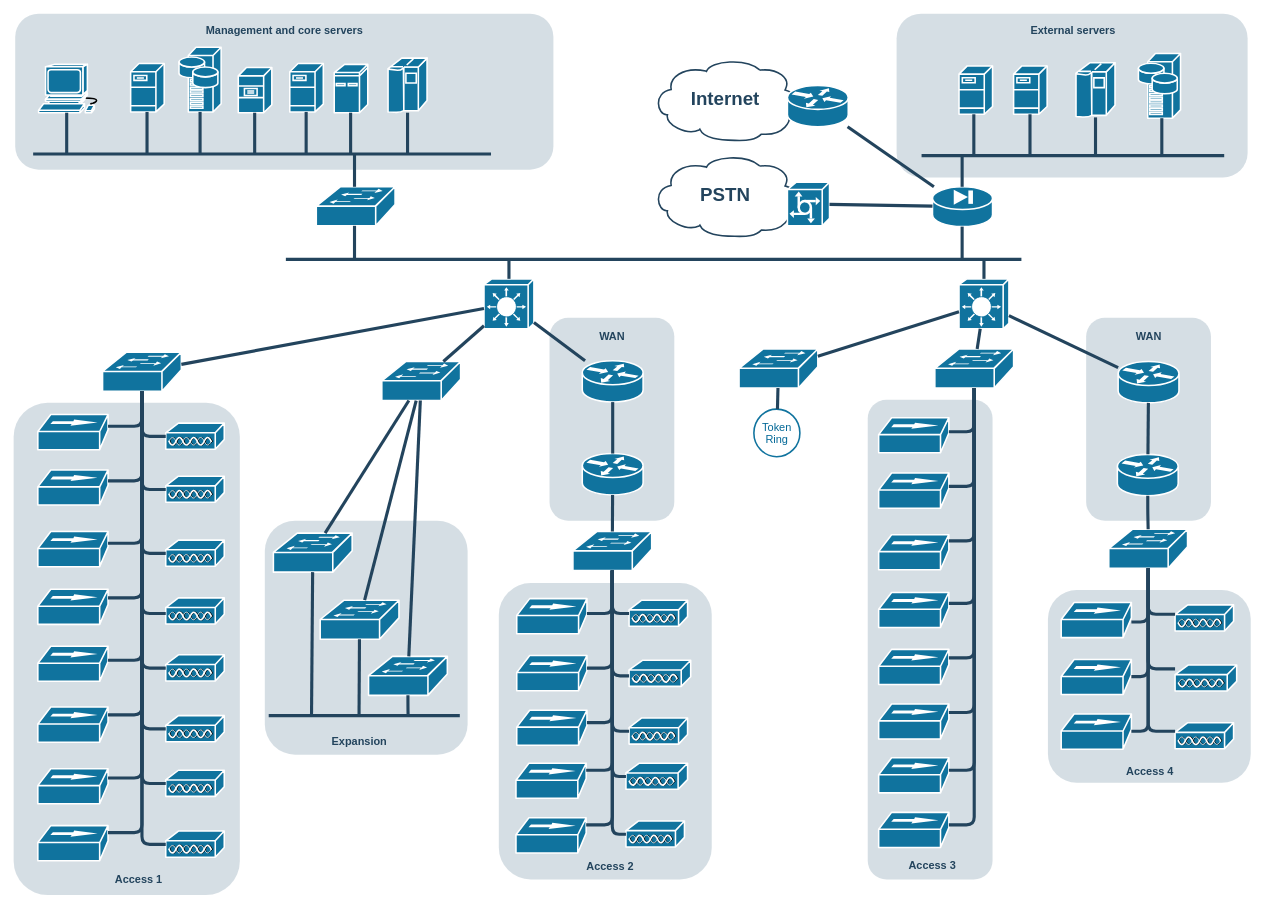
Above: 03-sysadmin-08-net/Untitled Diagram.drawio in devops-run/devops-netology (draw.io), before the change. Source tidied: cells renumbered, new cells numbered last; positions are measured from the earlier drawing's top-left corner, leaving out a move shared by most shapes. Both pictures are drawn from the tidied source at 78%, with x=0, y=0 at pixel (13, 13).
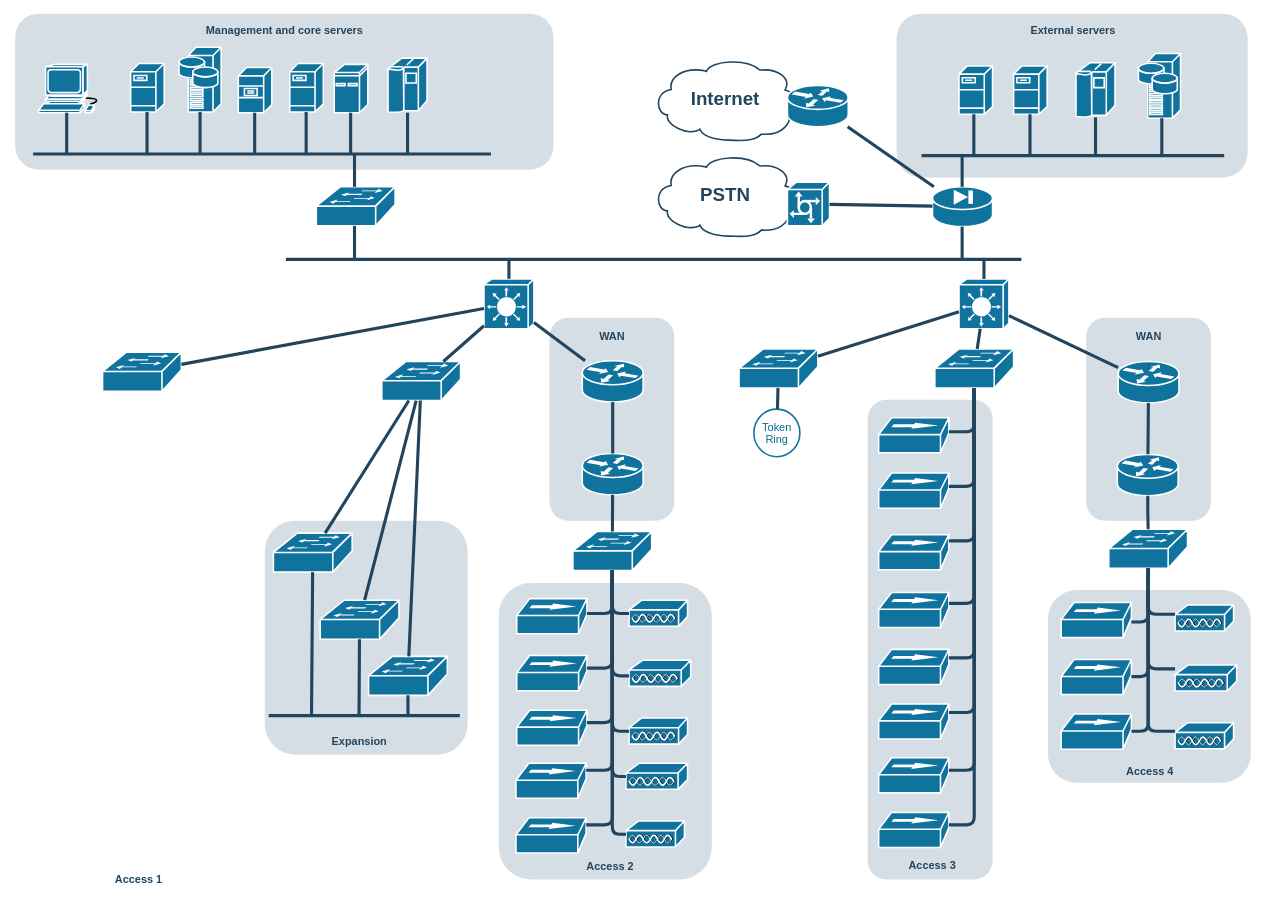
After the change.

Unchanged cells that the change refers to:
```xml
<mxCell id="30" style="shape=mxgraph.cisco.switches.workgroup_switch;html=1;dashed=0;fillColor=#10739E;strokeColor=#ffffff;strokeWidth=2;verticalLabelPosition=bottom;verticalAlign=top;fontFamily=Helvetica;fontSize=36;fontColor=#FFB366;" parent="1" vertex="1">
  <mxGeometry x="114" y="434" width="101" height="50" as="geometry" />
</mxCell>
```

What changed in the source:
```diff
@@
-    <mxCell id="9" style="rounded=1;whiteSpace=wrap;html=1;strokeColor=none;fillColor=#BAC8D3;fontSize=24;fontColor=#23445D;align=center;opacity=60;" parent="1" vertex="1">
-      <mxGeometry y="499" width="290" height="631" as="geometry" />
-    </mxCell>
@@
-    <mxCell id="36" style="shape=mxgraph.cisco.misc.access_point;html=1;dashed=0;fillColor=#10739E;strokeColor=#ffffff;strokeWidth=2;verticalLabelPosition=bottom;verticalAlign=top;fontFamily=Helvetica;fontSize=36;fontColor=#FFB366;" parent="1" vertex="1">
-      <mxGeometry x="195" y="525" width="75" height="34" as="geometry" />
-    </mxCell>
-    <mxCell id="37" style="shape=mxgraph.cisco.misc.access_point;html=1;dashed=0;fillColor=#10739E;strokeColor=#ffffff;strokeWidth=2;verticalLabelPosition=bottom;verticalAlign=top;fontFamily=Helvetica;fontSize=36;fontColor=#FFB366;" parent="1" vertex="1">
-      <mxGeometry x="195" y="593" width="75" height="34" as="geometry" />
-    </mxCell>
-    <mxCell id="38" style="shape=mxgraph.cisco.misc.access_point;html=1;dashed=0;fillColor=#10739E;strokeColor=#ffffff;strokeWidth=2;verticalLabelPosition=bottom;verticalAlign=top;fontFamily=Helvetica;fontSize=36;fontColor=#FFB366;" parent="1" vertex="1">
-      <mxGeometry x="195" y="822" width="75" height="34" as="geometry" />
-    </mxCell>
-    <mxCell id="39" style="shape=mxgraph.cisco.misc.access_point;html=1;dashed=0;fillColor=#10739E;strokeColor=#ffffff;strokeWidth=2;verticalLabelPosition=bottom;verticalAlign=top;fontFamily=Helvetica;fontSize=36;fontColor=#FFB366;" parent="1" vertex="1">
-      <mxGeometry x="195" y="675" width="75" height="34" as="geometry" />
-    </mxCell>
-    <mxCell id="40" style="shape=mxgraph.cisco.misc.access_point;html=1;dashed=0;fillColor=#10739E;strokeColor=#ffffff;strokeWidth=2;verticalLabelPosition=bottom;verticalAlign=top;fontFamily=Helvetica;fontSize=36;fontColor=#FFB366;" parent="1" vertex="1">
-      <mxGeometry x="195" y="900" width="75" height="34" as="geometry" />
-    </mxCell>
-    <mxCell id="41" style="shape=mxgraph.cisco.misc.access_point;html=1;dashed=0;fillColor=#10739E;strokeColor=#ffffff;strokeWidth=2;verticalLabelPosition=bottom;verticalAlign=top;fontFamily=Helvetica;fontSize=36;fontColor=#FFB366;" parent="1" vertex="1">
-      <mxGeometry x="195" y="749" width="75" height="34" as="geometry" />
-    </mxCell>
-    <mxCell id="42" style="shape=mxgraph.cisco.hubs_and_gateways.100baset_hub;html=1;dashed=0;fillColor=#10739E;strokeColor=#ffffff;strokeWidth=2;verticalLabelPosition=bottom;verticalAlign=top;fontFamily=Helvetica;fontSize=36;fontColor=#FFB366;" parent="1" vertex="1">
-      <mxGeometry x="31" y="514" width="90" height="45" as="geometry" />
-    </mxCell>
-    <mxCell id="43" style="shape=mxgraph.cisco.hubs_and_gateways.100baset_hub;html=1;dashed=0;fillColor=#10739E;strokeColor=#ffffff;strokeWidth=2;verticalLabelPosition=bottom;verticalAlign=top;fontFamily=Helvetica;fontSize=36;fontColor=#FFB366;" parent="1" vertex="1">
-      <mxGeometry x="31" y="811" width="90" height="45" as="geometry" />
-    </mxCell>
-    <mxCell id="44" style="shape=mxgraph.cisco.hubs_and_gateways.100baset_hub;html=1;dashed=0;fillColor=#10739E;strokeColor=#ffffff;strokeWidth=2;verticalLabelPosition=bottom;verticalAlign=top;fontFamily=Helvetica;fontSize=36;fontColor=#FFB366;" parent="1" vertex="1">
-      <mxGeometry x="31" y="585" width="90" height="45" as="geometry" />
-    </mxCell>
-    <mxCell id="45" style="shape=mxgraph.cisco.hubs_and_gateways.100baset_hub;html=1;dashed=0;fillColor=#10739E;strokeColor=#ffffff;strokeWidth=2;verticalLabelPosition=bottom;verticalAlign=top;fontFamily=Helvetica;fontSize=36;fontColor=#FFB366;" parent="1" vertex="1">
-      <mxGeometry x="31" y="664" width="90" height="45" as="geometry" />
-    </mxCell>
-    <mxCell id="46" style="shape=mxgraph.cisco.hubs_and_gateways.100baset_hub;html=1;dashed=0;fillColor=#10739E;strokeColor=#ffffff;strokeWidth=2;verticalLabelPosition=bottom;verticalAlign=top;fontFamily=Helvetica;fontSize=36;fontColor=#FFB366;" parent="1" vertex="1">
-      <mxGeometry x="31" y="738" width="90" height="45" as="geometry" />
-    </mxCell>
@@
-    <mxCell id="55" style="shape=mxgraph.cisco.hubs_and_gateways.100baset_hub;html=1;dashed=0;fillColor=#10739E;strokeColor=#ffffff;strokeWidth=2;verticalLabelPosition=bottom;verticalAlign=top;fontFamily=Helvetica;fontSize=36;fontColor=#FFB366;" parent="1" vertex="1">
-      <mxGeometry x="31" y="889" width="90" height="45" as="geometry" />
-    </mxCell>
@@
-    <mxCell id="96" style="edgeStyle=orthogonalEdgeStyle;rounded=1;html=1;strokeColor=#23445D;endArrow=none;endFill=0;strokeWidth=4;" parent="1" edge="1" source="30" target="42">
-      <mxGeometry relative="1" as="geometry">
-        <Array as="points">
-          <mxPoint x="165" y="529" />
-        </Array>
-      </mxGeometry>
-    </mxCell>
-    <mxCell id="97" style="edgeStyle=orthogonalEdgeStyle;rounded=1;html=1;strokeColor=#23445D;endArrow=none;endFill=0;strokeWidth=4;" parent="1" edge="1" source="30" target="44">
-      <mxGeometry relative="1" as="geometry">
-        <Array as="points">
-          <mxPoint x="165" y="599" />
-        </Array>
-      </mxGeometry>
-    </mxCell>
-    <mxCell id="98" style="edgeStyle=orthogonalEdgeStyle;rounded=1;html=1;strokeColor=#23445D;endArrow=none;endFill=0;strokeWidth=4;" parent="1" edge="1" source="30" target="45">
-      <mxGeometry relative="1" as="geometry">
-        <Array as="points">
-          <mxPoint x="165" y="679" />
-        </Array>
-      </mxGeometry>
-    </mxCell>
-    <mxCell id="99" style="edgeStyle=orthogonalEdgeStyle;rounded=1;html=1;strokeColor=#23445D;endArrow=none;endFill=0;strokeWidth=4;" parent="1" edge="1" source="30" target="46">
-      <mxGeometry relative="1" as="geometry">
-        <Array as="points">
-          <mxPoint x="165" y="749" />
-        </Array>
-      </mxGeometry>
-    </mxCell>
-    <mxCell id="100" style="edgeStyle=orthogonalEdgeStyle;rounded=1;html=1;strokeColor=#23445D;endArrow=none;endFill=0;strokeWidth=4;" parent="1" edge="1" source="30" target="36">
-      <mxGeometry relative="1" as="geometry">
-        <Array as="points">
-          <mxPoint x="165" y="542" />
-        </Array>
-      </mxGeometry>
-    </mxCell>
-    <mxCell id="101" style="edgeStyle=orthogonalEdgeStyle;rounded=1;html=1;strokeColor=#23445D;endArrow=none;endFill=0;strokeWidth=4;" parent="1" edge="1" source="30" target="37">
-      <mxGeometry relative="1" as="geometry">
-        <Array as="points">
-          <mxPoint x="165" y="610" />
-        </Array>
-      </mxGeometry>
-    </mxCell>
-    <mxCell id="102" style="edgeStyle=orthogonalEdgeStyle;rounded=1;html=1;strokeColor=#23445D;endArrow=none;endFill=0;strokeWidth=4;" parent="1" edge="1" source="30" target="39">
-      <mxGeometry relative="1" as="geometry">
-        <Array as="points">
-          <mxPoint x="165" y="692" />
-        </Array>
-      </mxGeometry>
-    </mxCell>
-    <mxCell id="103" style="edgeStyle=orthogonalEdgeStyle;rounded=1;html=1;strokeColor=#23445D;endArrow=none;endFill=0;strokeWidth=4;" parent="1" edge="1" source="30" target="41">
-      <mxGeometry relative="1" as="geometry">
-        <Array as="points">
-          <mxPoint x="165" y="769" />
-        </Array>
-      </mxGeometry>
-    </mxCell>
@@
-    <mxCell id="125" style="edgeStyle=orthogonalEdgeStyle;rounded=1;html=1;strokeColor=#23445D;endArrow=none;endFill=0;strokeWidth=4;" parent="1" edge="1" source="30" target="43">
-      <mxGeometry relative="1" as="geometry">
-        <Array as="points">
-          <mxPoint x="165" y="829" />
-        </Array>
-      </mxGeometry>
-    </mxCell>
-    <mxCell id="126" style="edgeStyle=orthogonalEdgeStyle;rounded=1;html=1;strokeColor=#23445D;endArrow=none;endFill=0;strokeWidth=4;" parent="1" edge="1" source="30" target="55">
-      <mxGeometry relative="1" as="geometry">
-        <Array as="points">
-          <mxPoint x="165" y="899" />
-        </Array>
-      </mxGeometry>
-    </mxCell>
-    <mxCell id="127" style="edgeStyle=orthogonalEdgeStyle;rounded=1;html=1;strokeColor=#23445D;endArrow=none;endFill=0;strokeWidth=4;" parent="1" edge="1" source="30" target="38">
-      <mxGeometry relative="1" as="geometry">
-        <Array as="points">
-          <mxPoint x="165" y="839" />
-        </Array>
-      </mxGeometry>
-    </mxCell>
-    <mxCell id="128" style="edgeStyle=orthogonalEdgeStyle;rounded=1;html=1;strokeColor=#23445D;endArrow=none;endFill=0;strokeWidth=4;" parent="1" edge="1" source="30" target="40">
-      <mxGeometry relative="1" as="geometry">
-        <Array as="points">
-          <mxPoint x="165" y="917" />
-        </Array>
-      </mxGeometry>
-    </mxCell>
@@
-    <mxCell id="150" style="shape=mxgraph.cisco.hubs_and_gateways.100baset_hub;html=1;dashed=0;fillColor=#10739E;strokeColor=#ffffff;strokeWidth=2;verticalLabelPosition=bottom;verticalAlign=top;fontFamily=Helvetica;fontSize=36;fontColor=#FFB366;" parent="1" vertex="1">
-      <mxGeometry x="31" y="1041" width="90" height="45" as="geometry" />
-    </mxCell>
-    <mxCell id="151" style="shape=mxgraph.cisco.hubs_and_gateways.100baset_hub;html=1;dashed=0;fillColor=#10739E;strokeColor=#ffffff;strokeWidth=2;verticalLabelPosition=bottom;verticalAlign=top;fontFamily=Helvetica;fontSize=36;fontColor=#FFB366;" parent="1" vertex="1">
-      <mxGeometry x="31" y="968" width="90" height="45" as="geometry" />
-    </mxCell>
-    <mxCell id="152" style="shape=mxgraph.cisco.misc.access_point;html=1;dashed=0;fillColor=#10739E;strokeColor=#ffffff;strokeWidth=2;verticalLabelPosition=bottom;verticalAlign=top;fontFamily=Helvetica;fontSize=36;fontColor=#FFB366;" parent="1" vertex="1">
-      <mxGeometry x="195" y="970" width="75" height="34" as="geometry" />
-    </mxCell>
-    <mxCell id="153" style="shape=mxgraph.cisco.misc.access_point;html=1;dashed=0;fillColor=#10739E;strokeColor=#ffffff;strokeWidth=2;verticalLabelPosition=bottom;verticalAlign=top;fontFamily=Helvetica;fontSize=36;fontColor=#FFB366;" parent="1" vertex="1">
-      <mxGeometry x="195" y="1048" width="75" height="34" as="geometry" />
-    </mxCell>
-    <mxCell id="154" style="edgeStyle=orthogonalEdgeStyle;rounded=1;html=1;endArrow=none;endFill=0;strokeColor=#23445D;strokeWidth=4;fontSize=14;fontColor=#990000;" parent="1" edge="1" source="30" target="153">
-      <mxGeometry relative="1" as="geometry">
-        <Array as="points">
-          <mxPoint x="165" y="1065" />
-        </Array>
-      </mxGeometry>
-    </mxCell>
-    <mxCell id="155" style="edgeStyle=orthogonalEdgeStyle;rounded=1;html=1;endArrow=none;endFill=0;strokeColor=#23445D;strokeWidth=4;fontSize=14;fontColor=#990000;" parent="1" edge="1" source="30" target="152">
-      <mxGeometry relative="1" as="geometry">
-        <Array as="points">
-          <mxPoint x="165" y="987" />
-        </Array>
-      </mxGeometry>
-    </mxCell>
-    <mxCell id="156" style="edgeStyle=orthogonalEdgeStyle;rounded=1;html=1;endArrow=none;endFill=0;strokeColor=#23445D;strokeWidth=4;fontSize=14;fontColor=#990000;" parent="1" edge="1" source="30" target="151">
-      <mxGeometry relative="1" as="geometry">
-        <Array as="points">
-          <mxPoint x="165" y="980" />
-        </Array>
-      </mxGeometry>
-    </mxCell>
-    <mxCell id="157" style="edgeStyle=orthogonalEdgeStyle;rounded=1;html=1;endArrow=none;endFill=0;strokeColor=#23445D;strokeWidth=4;fontSize=14;fontColor=#990000;" parent="1" edge="1" source="30" target="150">
-      <mxGeometry relative="1" as="geometry">
-        <Array as="points">
-          <mxPoint x="165" y="1050" />
-        </Array>
-      </mxGeometry>
-    </mxCell>
```
